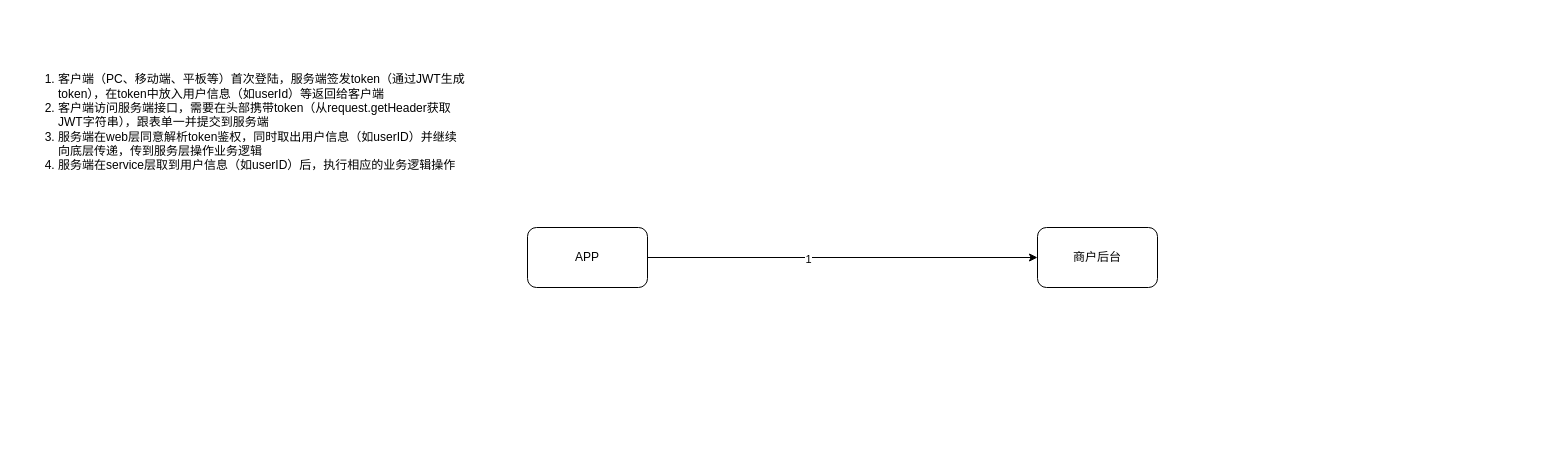
Above: space/API接口安全.drawio in lewinlee/draw.io (draw.io), before the change. Source tidied: cells renumbered, new cells numbered last; positions are measured from the earlier drawing's top-left corner, leaving out a move shared by most shapes. Both pictures are drawn from the tidied source at 100%, with x=0, y=0 at pixel (17, 17).
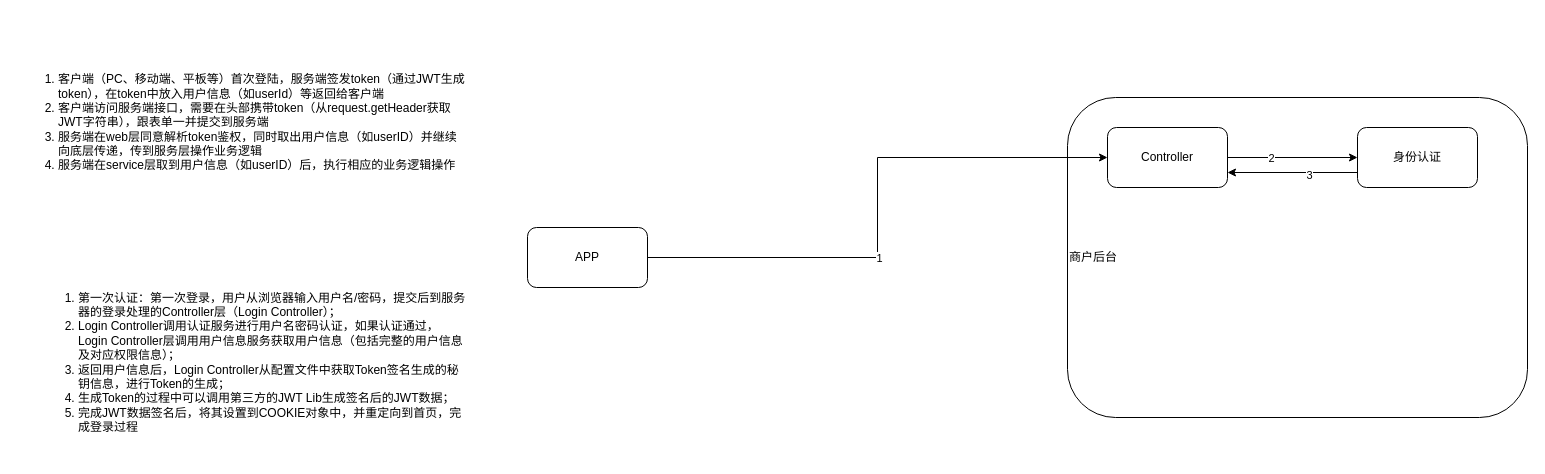
The same diagram, later.

Commit message:
更新API接口安全.drawio

Diff of the diagram source:
```diff
@@
 <mxGraphModel>
   <root>
     <mxCell id="0" />
     <mxCell id="1" parent="0" />
-    <mxCell id="2" style="edgeStyle=orthogonalEdgeStyle;rounded=0;jettySize=auto;html=1;" parent="1" edge="1" source="4" target="5">
-      <mxGeometry relative="1" as="geometry" />
-    </mxCell>
-    <mxCell id="3" value="1" style="edgeLabel;html=1;align=center;verticalAlign=middle;" parent="2" vertex="1">
-      <mxGeometry x="-0.18" y="-1" relative="1" as="geometry" />
-    </mxCell>
     <mxCell id="4" value="APP" style="rounded=1;whiteSpace=wrap;html=1;" parent="1" vertex="1">
       <mxGeometry x="510" y="210" width="120" height="60" as="geometry" />
     </mxCell>
-    <mxCell id="5" value="商户后台" style="rounded=1;whiteSpace=wrap;html=1;" parent="1" vertex="1">
-      <mxGeometry x="1020" y="210" width="120" height="60" as="geometry" />
+    <mxCell id="5" value="商户后台" style="rounded=1;whiteSpace=wrap;html=1;align=left;" parent="1" vertex="1">
+      <mxGeometry x="1050" y="80" width="460" height="320" as="geometry" />
     </mxCell>
     <mxCell id="6" value="&lt;ol&gt;&lt;li style=&quot;text-align: left&quot;&gt;客户端（PC、移动端、平板等）首次登陆，服务端签发token（通过JWT生成token），在token中放入用户信息（如userId）等返回给客户端&lt;/li&gt;&lt;li style=&quot;text-align: left&quot;&gt;客户端访问服务端接口，需要在头部携带token（从request.getHeader获取JWT字符串），跟表单一并提交到服务端&lt;/li&gt;&lt;li style=&quot;text-align: left&quot;&gt;服务端在web层同意解析token鉴权，同时取出用户信息（如userID）并继续向底层传递，传到服务层操作业务逻辑&lt;/li&gt;&lt;li style=&quot;text-align: left&quot;&gt;服务端在service层取到用户信息（如userID）后，执行相应的业务逻辑操作&lt;/li&gt;&lt;/ol&gt;" style="text;html=1;strokeColor=none;fillColor=none;align=center;verticalAlign=middle;whiteSpace=wrap;rounded=0;" parent="1" vertex="1">
       <mxGeometry width="450" height="210" as="geometry" />
     </mxCell>
+    <mxCell id="7" value="&lt;ol&gt;&lt;li style=&quot;text-align: left&quot;&gt;第一次认证：第一次登录，用户从浏览器输入用户名/密码，提交后到服务器的登录处理的Controller层（Login Controller）；&lt;/li&gt;&lt;li style=&quot;text-align: left&quot;&gt;Login Controller调用认证服务进行用户名密码认证，如果认证通过，Login Controller层调用用户信息服务获取用户信息（包括完整的用户信息及对应权限信息）；&lt;br&gt;&lt;/li&gt;&lt;li style=&quot;text-align: left&quot;&gt;返回用户信息后，Login&amp;nbsp;Controller从配置文件中获取Token签名生成的秘钥信息，进行Token的生成；&lt;br&gt;&lt;/li&gt;&lt;li style=&quot;text-align: left&quot;&gt;生成Token的过程中可以调用第三方的JWT Lib生成签名后的JWT数据；&lt;br&gt;&lt;/li&gt;&lt;li style=&quot;text-align: left&quot;&gt;完成JWT数据签名后，将其设置到COOKIE对象中，并重定向到首页，完成登录过程&lt;br&gt;&lt;/li&gt;&lt;/ol&gt;" style="text;html=1;strokeColor=none;fillColor=none;align=center;verticalAlign=middle;whiteSpace=wrap;rounded=0;" parent="1" vertex="1">
+      <mxGeometry x="20" y="250" width="430" height="190" as="geometry" />
+    </mxCell>
+    <mxCell id="8" style="edgeStyle=orthogonalEdgeStyle;rounded=0;jettySize=auto;html=1;exitX=1;exitY=0.5;exitDx=0;exitDy=0;entryX=0;entryY=0.5;entryDx=0;entryDy=0;" parent="1" edge="1" source="10" target="13">
+      <mxGeometry relative="1" as="geometry" />
+    </mxCell>
+    <mxCell id="9" value="2" style="edgeLabel;html=1;align=center;verticalAlign=middle;" parent="8" vertex="1">
+      <mxGeometry x="-0.34" relative="1" as="geometry" />
+    </mxCell>
+    <mxCell id="10" value="Controller" style="rounded=1;whiteSpace=wrap;html=1;" parent="1" vertex="1">
+      <mxGeometry x="1090" y="110" width="120" height="60" as="geometry" />
+    </mxCell>
+    <mxCell id="2" style="edgeStyle=orthogonalEdgeStyle;rounded=0;jettySize=auto;html=1;entryX=0;entryY=0.5;entryDx=0;entryDy=0;" parent="1" edge="1" source="4" target="10">
+      <mxGeometry relative="1" as="geometry" />
+    </mxCell>
+    <mxCell id="3" value="1" style="edgeLabel;html=1;align=center;verticalAlign=middle;" parent="2" vertex="1">
+      <mxGeometry x="-0.18" y="-1" relative="1" as="geometry" />
+    </mxCell>
+    <mxCell id="11" style="edgeStyle=orthogonalEdgeStyle;rounded=0;jettySize=auto;html=1;exitX=0;exitY=0.75;exitDx=0;exitDy=0;entryX=1;entryY=0.75;entryDx=0;entryDy=0;" parent="1" edge="1" source="13" target="10">
+      <mxGeometry relative="1" as="geometry" />
+    </mxCell>
+    <mxCell id="12" value="3" style="edgeLabel;html=1;align=center;verticalAlign=middle;" parent="11" vertex="1">
+      <mxGeometry x="-0.25" y="2" relative="1" as="geometry" />
+    </mxCell>
+    <mxCell id="13" value="身份认证" style="rounded=1;whiteSpace=wrap;html=1;" parent="1" vertex="1">
+      <mxGeometry x="1340" y="110" width="120" height="60" as="geometry" />
+    </mxCell>
   </root>
 </mxGraphModel>
```
